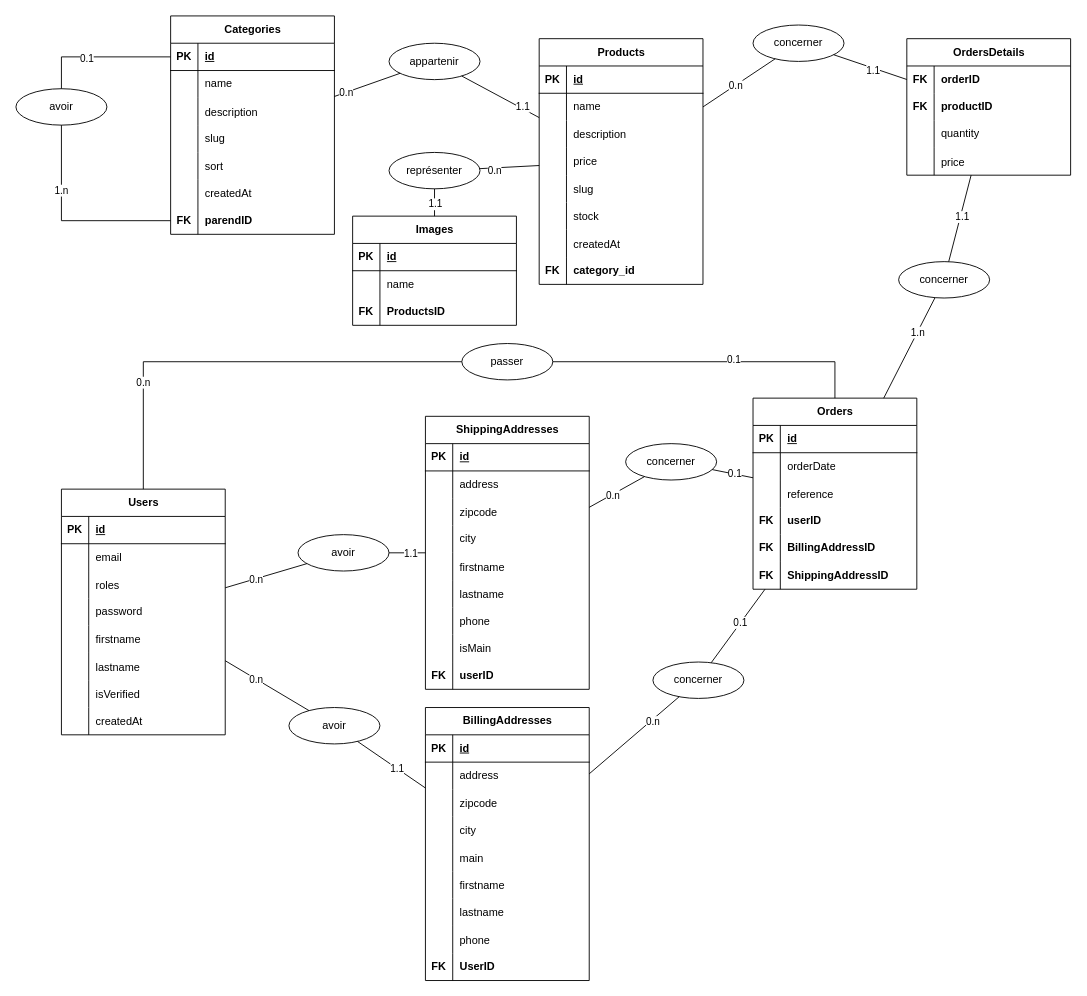
Above: e-commerce-sf7.drawio in fredericpoulain/E-commerce-SF7 (draw.io), before the change. Source tidied: cells renumbered, new cells numbered last; positions are measured from the earlier drawing's top-left corner, leaving out a move shared by most shapes. Both pictures are drawn from the tidied source at 91%, with x=0, y=0 at pixel (15, 15).
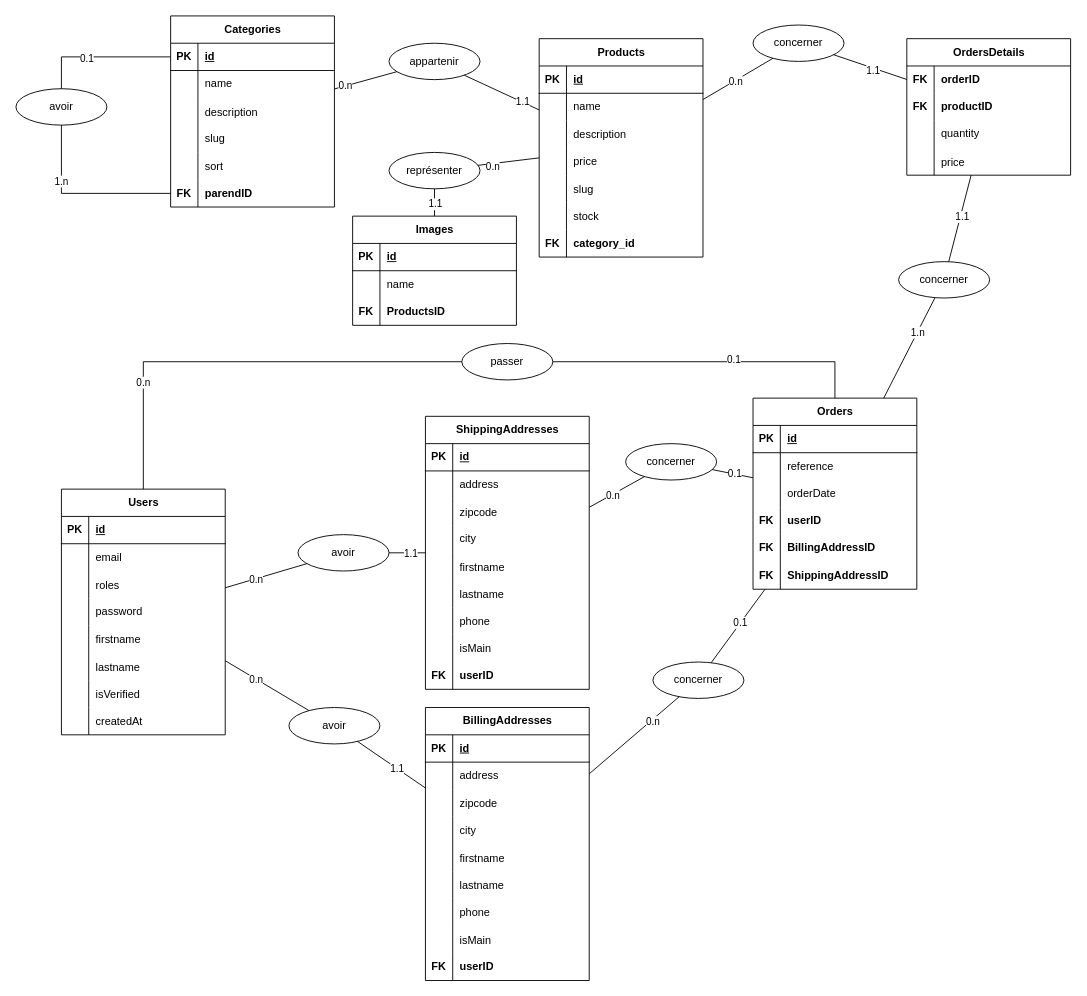
The same diagram, later.

The change refers to these unchanged cells:
```xml
<mxCell id="132" value="BillingAddresses" style="shape=table;startSize=30;childLayout=tableLayout;rowLines=0;fontStyle=1;align=center;html=1;points=[[0,0,0,0,0],[0,0.25,0,0,0],[0,0.5,0,0,0],[0,0.75,0,0,0],[0,1,0,0,0],[0.25,0,0,0,0],[0.25,1,0,0,0],[0.5,0,0,0,0],[0.5,1,0,0,0],[0.75,0,0,0,0],[0.75,1,0,0,0],[1,0,0,0,0],[1,0.25,0,0,0],[1,0.5,0,0,0],[1,0.75,0,0,0],[1,1,0,0,0]];" parent="1" vertex="1">
  <mxGeometry x="450" y="760" width="180" height="300" as="geometry" />
</mxCell>
<mxCell id="157" style="shape=tableRow;horizontal=0;startSize=0;swimlaneHead=0;swimlaneBody=0;fillColor=none;top=0;left=0;right=0;bottom=0;fontStyle=1;" parent="132" vertex="1">
  <mxGeometry y="270" width="180" height="30" as="geometry" />
</mxCell>
<mxCell id="165" value="Orders" style="shape=table;startSize=30;childLayout=tableLayout;rowLines=0;fontStyle=1;align=center;html=1;points=[[0,0,0,0,0],[0,0.25,0,0,0],[0,0.5,0,0,0],[0,0.75,0,0,0],[0,1,0,0,0],[0.25,0,0,0,0],[0.25,1,0,0,0],[0.5,0,0,0,0],[0.5,1,0,0,0],[0.75,0,0,0,0],[0.75,1,0,0,0],[1,0,0,0,0],[1,0.25,0,0,0],[1,0.5,0,0,0],[1,0.75,0,0,0],[1,1,0,0,0]];" parent="1" vertex="1">
  <mxGeometry x="810" y="420" width="180" height="210" as="geometry" />
</mxCell>
<mxCell id="210" style="endArrow=none;html=1;rounded=0;" parent="1" edge="1" source="132" target="207">
  <mxGeometry relative="1" as="geometry" />
</mxCell>
```

The edit, as a diff of the source:
```diff
@@
     <mxCell id="3" value="Products" style="shape=table;startSize=30;childLayout=tableLayout;rowLines=0;fontStyle=1;align=center;html=1;points=[[0,0,0,0,0],[0,0.25,0,0,0],[0,0.5,0,0,0],[0,0.75,0,0,0],[0,1,0,0,0],[0.25,0,0,0,0],[0.25,1,0,0,0],[0.5,0,0,0,0],[0.5,1,0,0,0],[0.75,0,0,0,0],[0.75,1,0,0,0],[1,0,0,0,0],[1,0.25,0,0,0],[1,0.5,0,0,0],[1,0.75,0,0,0],[1,1,0,0,0]];" parent="1" vertex="1">
-      <mxGeometry x="575" y="25" width="180" height="270" as="geometry" />
+      <mxGeometry x="575" y="25" width="180" height="240" as="geometry" />
     </mxCell>
@@
-    <mxCell id="22" style="shape=tableRow;horizontal=0;startSize=0;swimlaneHead=0;swimlaneBody=0;fillColor=none;top=0;left=0;right=0;bottom=0;" parent="3" vertex="1">
-      <mxGeometry y="210" width="180" height="30" as="geometry" />
-    </mxCell>
-    <mxCell id="23" style="shape=partialRectangle;fillColor=none;top=0;left=0;bottom=0;right=0;overflow=hidden;" parent="22" vertex="1">
-      <mxGeometry width="30" height="30" as="geometry" />
-    </mxCell>
-    <mxCell id="24" value="createdAt" style="shape=partialRectangle;fillColor=none;top=0;left=0;bottom=0;right=0;align=left;spacingLeft=6;overflow=hidden;" parent="22" vertex="1">
-      <mxGeometry x="30" width="150" height="30" as="geometry" />
-    </mxCell>
     <mxCell id="25" style="shape=tableRow;horizontal=0;startSize=0;swimlaneHead=0;swimlaneBody=0;fillColor=none;top=0;left=0;right=0;bottom=0;fontStyle=1;" parent="3" vertex="1">
-      <mxGeometry y="240" width="180" height="30" as="geometry" />
+      <mxGeometry y="210" width="180" height="30" as="geometry" />
     </mxCell>
@@
     <mxCell id="28" value="Categories" style="shape=table;startSize=30;childLayout=tableLayout;rowLines=0;fontStyle=1;align=center;html=1;points=[[0,0,0,0,0],[0,0.25,0,0,0],[0,0.5,0,0,0],[0,0.75,0,0,0],[0,1,0,0,0],[0.25,0,0,0,0],[0.25,1,0,0,0],[0.5,0,0,0,0],[0.5,1,0,0,0],[0.75,0,0,0,0],[0.75,1,0,0,0],[1,0,0,0,0],[1,0.25,0,0,0],[1,0.5,0,0,0],[1,0.75,0,0,0],[1,1,0,0,0]];" parent="1" vertex="1">
-      <mxGeometry x="170" width="180" height="240" as="geometry" />
+      <mxGeometry x="170" width="180" height="210" as="geometry" />
     </mxCell>
@@
-    <mxCell id="44" style="shape=tableRow;horizontal=0;startSize=0;swimlaneHead=0;swimlaneBody=0;fillColor=none;top=0;left=0;right=0;bottom=0;" parent="28" vertex="1">
-      <mxGeometry y="180" width="180" height="30" as="geometry" />
-    </mxCell>
-    <mxCell id="45" style="shape=partialRectangle;fillColor=none;top=0;left=0;bottom=0;right=0;overflow=hidden;" parent="44" vertex="1">
-      <mxGeometry width="30" height="30" as="geometry" />
-    </mxCell>
-    <mxCell id="46" value="createdAt" style="shape=partialRectangle;fillColor=none;top=0;left=0;bottom=0;right=0;align=left;spacingLeft=6;overflow=hidden;" parent="44" vertex="1">
-      <mxGeometry x="30" width="150" height="30" as="geometry" />
-    </mxCell>
     <mxCell id="47" style="shape=tableRow;horizontal=0;startSize=0;swimlaneHead=0;swimlaneBody=0;fillColor=none;points=[[0,0.5],[1,0.5]];portConstraint=eastwest;top=0;left=0;right=0;bottom=0;" parent="28" vertex="1">
-      <mxGeometry y="210" width="180" height="30" as="geometry" />
+      <mxGeometry y="180" width="180" height="30" as="geometry" />
     </mxCell>
@@
-    <mxCell id="145" style="shape=tableRow;horizontal=0;startSize=0;swimlaneHead=0;swimlaneBody=0;fillColor=none;top=0;left=0;right=0;bottom=0;" parent="132" vertex="1">
-      <mxGeometry y="150" width="180" height="30" as="geometry" />
-    </mxCell>
-    <mxCell id="146" style="shape=partialRectangle;fillColor=none;top=0;left=0;bottom=0;right=0;overflow=hidden;" parent="145" vertex="1">
-      <mxGeometry width="30" height="30" as="geometry" />
-    </mxCell>
-    <mxCell id="147" value="main" style="shape=partialRectangle;fillColor=none;top=0;left=0;bottom=0;right=0;align=left;spacingLeft=6;overflow=hidden;" parent="145" vertex="1">
-      <mxGeometry x="30" width="150" height="30" as="geometry" />
-    </mxCell>
     <mxCell id="148" style="shape=tableRow;horizontal=0;startSize=0;swimlaneHead=0;swimlaneBody=0;fillColor=none;top=0;left=0;right=0;bottom=0;" parent="132" vertex="1">
-      <mxGeometry y="180" width="180" height="30" as="geometry" />
+      <mxGeometry y="150" width="180" height="30" as="geometry" />
     </mxCell>
@@
     <mxCell id="151" style="shape=tableRow;horizontal=0;startSize=0;swimlaneHead=0;swimlaneBody=0;fillColor=none;top=0;left=0;right=0;bottom=0;" parent="132" vertex="1">
-      <mxGeometry y="210" width="180" height="30" as="geometry" />
+      <mxGeometry y="180" width="180" height="30" as="geometry" />
     </mxCell>
@@
     <mxCell id="154" style="shape=tableRow;horizontal=0;startSize=0;swimlaneHead=0;swimlaneBody=0;fillColor=none;top=0;left=0;right=0;bottom=0;" parent="132" vertex="1">
-      <mxGeometry y="240" width="180" height="30" as="geometry" />
+      <mxGeometry y="210" width="180" height="30" as="geometry" />
     </mxCell>
@@
+    <mxCell id="145" style="shape=tableRow;horizontal=0;startSize=0;swimlaneHead=0;swimlaneBody=0;fillColor=none;top=0;left=0;right=0;bottom=0;" parent="132" vertex="1">
+      <mxGeometry y="240" width="180" height="30" as="geometry" />
+    </mxCell>
+    <mxCell id="146" style="shape=partialRectangle;fillColor=none;top=0;left=0;bottom=0;right=0;overflow=hidden;" parent="145" vertex="1">
+      <mxGeometry width="30" height="30" as="geometry" />
+    </mxCell>
+    <mxCell id="147" value="isMain" style="shape=partialRectangle;fillColor=none;top=0;left=0;bottom=0;right=0;align=left;spacingLeft=6;overflow=hidden;" parent="145" vertex="1">
+      <mxGeometry x="30" width="150" height="30" as="geometry" />
+    </mxCell>
@@
-    <mxCell id="159" value="&lt;b&gt;UserID&lt;/b&gt;" style="shape=partialRectangle;fillColor=none;top=0;left=0;bottom=0;right=0;align=left;spacingLeft=6;fontStyle=0;overflow=hidden;whiteSpace=wrap;html=1;" parent="157" vertex="1">
+    <mxCell id="159" value="&lt;b&gt;userID&lt;/b&gt;" style="shape=partialRectangle;fillColor=none;top=0;left=0;bottom=0;right=0;align=left;spacingLeft=6;fontStyle=0;overflow=hidden;whiteSpace=wrap;html=1;" parent="157" vertex="1">
       <mxGeometry x="30" width="150" height="30" as="geometry" />
     </mxCell>
@@
+    <mxCell id="172" style="shape=tableRow;horizontal=0;startSize=0;swimlaneHead=0;swimlaneBody=0;fillColor=none;top=0;left=0;right=0;bottom=0;" parent="165" vertex="1">
+      <mxGeometry y="60" width="180" height="30" as="geometry" />
+    </mxCell>
+    <mxCell id="173" style="shape=partialRectangle;fillColor=none;top=0;left=0;bottom=0;right=0;overflow=hidden;" parent="172" vertex="1">
+      <mxGeometry width="30" height="30" as="geometry" />
+    </mxCell>
+    <mxCell id="174" value="reference" style="shape=partialRectangle;fillColor=none;top=0;left=0;bottom=0;right=0;align=left;spacingLeft=6;overflow=hidden;" parent="172" vertex="1">
+      <mxGeometry x="30" width="150" height="30" as="geometry" />
+    </mxCell>
     <mxCell id="169" style="shape=tableRow;horizontal=0;startSize=0;swimlaneHead=0;swimlaneBody=0;fillColor=none;top=0;left=0;right=0;bottom=0;" parent="165" vertex="1">
-      <mxGeometry y="60" width="180" height="30" as="geometry" />
+      <mxGeometry y="90" width="180" height="30" as="geometry" />
     </mxCell>
@@
-    <mxCell id="172" style="shape=tableRow;horizontal=0;startSize=0;swimlaneHead=0;swimlaneBody=0;fillColor=none;top=0;left=0;right=0;bottom=0;" parent="165" vertex="1">
-      <mxGeometry y="90" width="180" height="30" as="geometry" />
-    </mxCell>
-    <mxCell id="173" style="shape=partialRectangle;fillColor=none;top=0;left=0;bottom=0;right=0;overflow=hidden;" parent="172" vertex="1">
-      <mxGeometry width="30" height="30" as="geometry" />
-    </mxCell>
-    <mxCell id="174" value="reference" style="shape=partialRectangle;fillColor=none;top=0;left=0;bottom=0;right=0;align=left;spacingLeft=6;overflow=hidden;" parent="172" vertex="1">
-      <mxGeometry x="30" width="150" height="30" as="geometry" />
-    </mxCell>
@@
-    <mxCell id="211" value="0.n" style="edgeLabel;html=1;align=center;verticalAlign=middle;" parent="210" vertex="1">
+    <mxCell id="211" value="0.n" style="edgeLabel;html=1;align=center;verticalAlign=middle;fontStyle=0;" parent="210" vertex="1">
       <mxGeometry x="0.38" y="-2" relative="1" as="geometry" />
     </mxCell>
```
